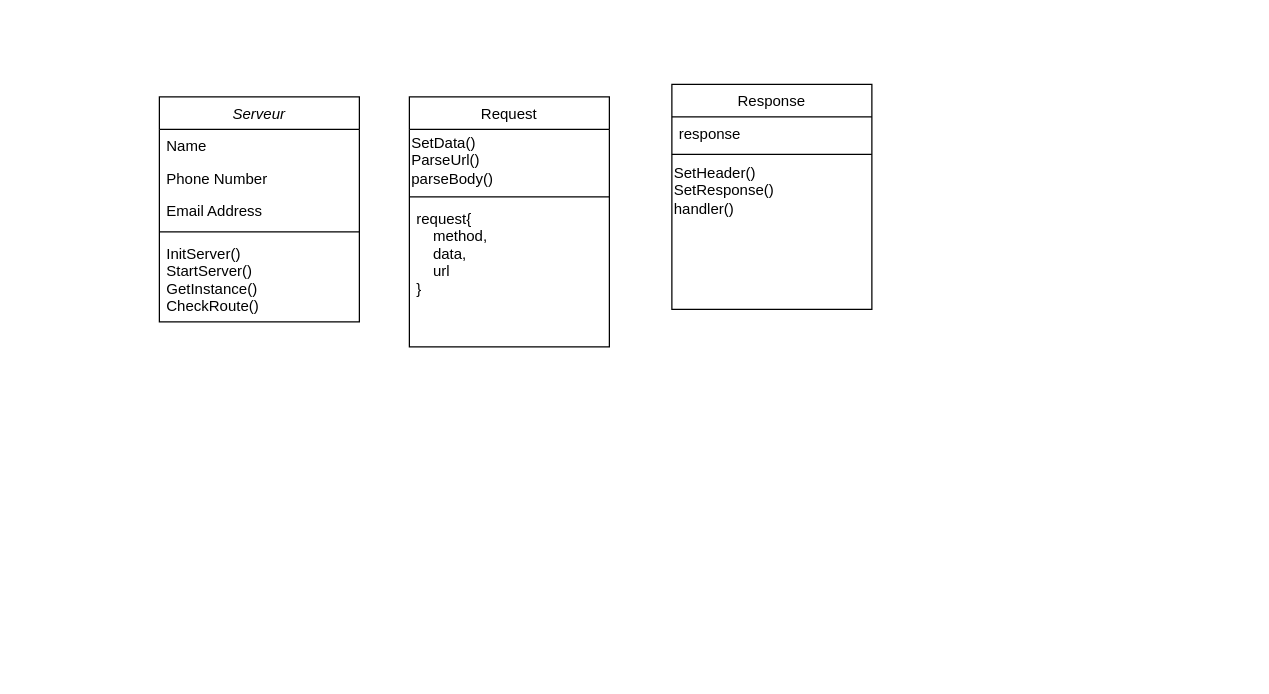
Earlier version of the draw.io diagram Untitled Diagram.drawio (Lucas-dev-974/cms-simplon). Source tidied: cells renumbered, new cells numbered last; positions are measured from the earlier drawing's top-left corner, leaving out a move shared by most shapes. Both pictures are drawn from the tidied source at 125%, with x=0, y=0 at pixel (159, 84).
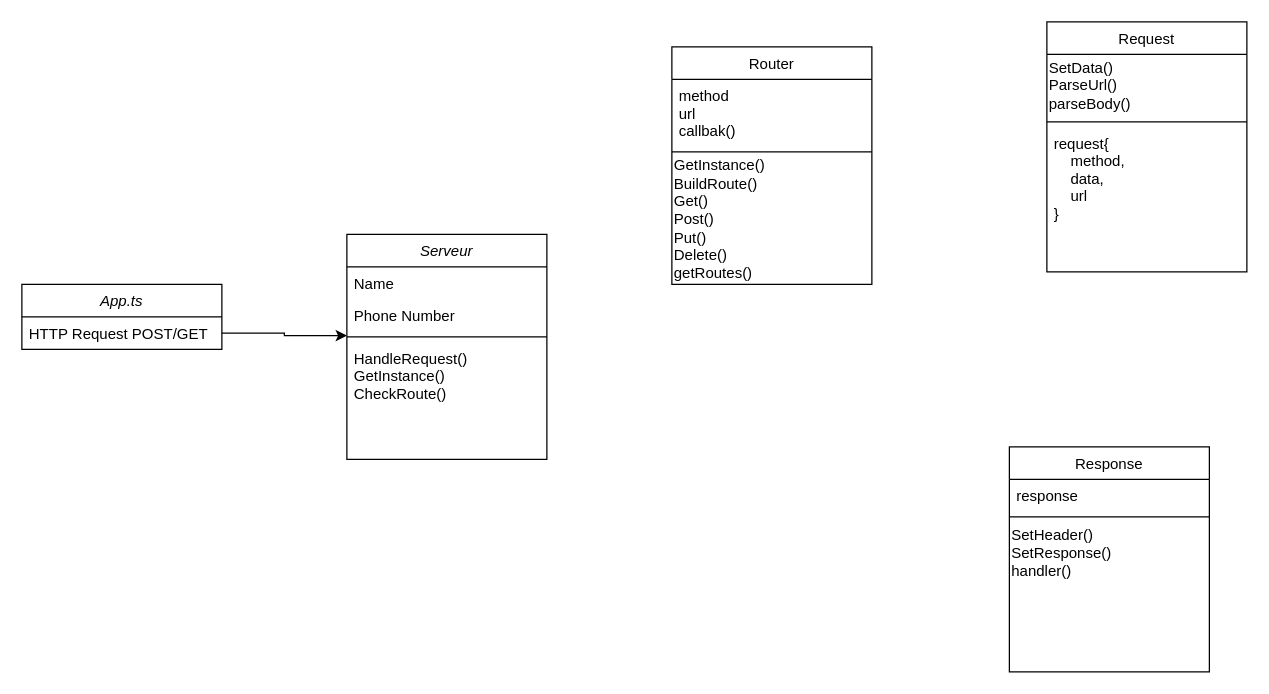
Above is the later version.

The change refers to these unchanged cells:
```xml
<mxCell id="4" value="Phone Number" style="text;align=left;verticalAlign=top;spacingLeft=4;spacingRight=4;overflow=hidden;points=[[0,0.5],[1,0.5]];portConstraint=eastwest;rounded=0;shadow=0;html=0;" parent="2" vertex="1">
  <mxGeometry y="52" width="160" height="26" as="geometry" />
</mxCell>
```

What changed in the source:
```diff
@@
     <mxCell id="2" value="Serveur" style="swimlane;fontStyle=2;align=center;verticalAlign=top;horizontal=1;startSize=26;rounded=0;shadow=0;strokeWidth=1;" parent="1" vertex="1">
-      <mxGeometry y="10" width="160" height="180" as="geometry" />
+      <mxGeometry x="150" y="120" width="160" height="180" as="geometry" />
     </mxCell>
@@
-    <mxCell id="5" value="Email Address" style="text;align=left;verticalAlign=top;spacingLeft=4;spacingRight=4;overflow=hidden;rounded=0;shadow=0;html=0;" parent="2" vertex="1">
-      <mxGeometry y="78" width="160" height="26" as="geometry" />
-    </mxCell>
     <mxCell id="6" style="line;html=1;strokeWidth=1;align=left;verticalAlign=middle;spacingTop=-1;spacingLeft=3;spacingRight=3;labelPosition=right;" parent="2" vertex="1">
-      <mxGeometry y="104" width="160" height="8" as="geometry" />
+      <mxGeometry y="78" width="160" height="8" as="geometry" />
     </mxCell>
-    <mxCell id="7" value="InitServer()&#10;StartServer()&#10;GetInstance()&#10;CheckRoute()&#10;" style="text;align=left;verticalAlign=top;spacingLeft=4;spacingRight=4;overflow=hidden;" parent="2" vertex="1">
-      <mxGeometry y="112" width="160" height="68" as="geometry" />
+    <mxCell id="7" value="HandleRequest()&#10;GetInstance()&#10;CheckRoute()&#10;" style="text;align=left;verticalAlign=top;spacingLeft=4;spacingRight=4;overflow=hidden;" parent="2" vertex="1">
+      <mxGeometry y="86" width="160" height="68" as="geometry" />
     </mxCell>
     <mxCell id="8" value="Request&#10;" style="swimlane;fontStyle=0;align=center;verticalAlign=top;horizontal=1;startSize=26;rounded=0;shadow=0;strokeWidth=1;" parent="1" vertex="1">
-      <mxGeometry x="200" y="10" width="160" height="200" as="geometry" />
+      <mxGeometry x="710" y="-50" width="160" height="200" as="geometry" />
     </mxCell>
@@
     <mxCell id="12" value="Response" style="swimlane;fontStyle=0;align=center;verticalAlign=top;horizontal=1;startSize=26;rounded=0;shadow=0;strokeWidth=1;" parent="1" vertex="1">
-      <mxGeometry x="410" width="160" height="180" as="geometry" />
+      <mxGeometry x="680" y="290" width="160" height="180" as="geometry" />
     </mxCell>
@@
+    <mxCell id="16" value="App.ts" style="swimlane;fontStyle=2;align=center;verticalAlign=top;horizontal=1;startSize=26;rounded=0;shadow=0;strokeWidth=1;" parent="1" vertex="1">
+      <mxGeometry x="-110" y="160" width="160" height="52" as="geometry" />
+    </mxCell>
+    <mxCell id="17" value="HTTP Request POST/GET&#10;" style="text;align=left;verticalAlign=top;spacingLeft=4;spacingRight=4;overflow=hidden;points=[[0,0.5],[1,0.5]];portConstraint=eastwest;" parent="16" vertex="1">
+      <mxGeometry y="26" width="160" height="26" as="geometry" />
+    </mxCell>
+    <mxCell id="18" style="edgeStyle=orthogonalEdgeStyle;rounded=0;jettySize=auto;html=1;entryX=0;entryY=1.115;entryDx=0;entryDy=0;entryPerimeter=0;" parent="1" edge="1" source="17" target="4">
+      <mxGeometry relative="1" as="geometry" />
+    </mxCell>
+    <mxCell id="19" value="Router" style="swimlane;fontStyle=0;align=center;verticalAlign=top;horizontal=1;startSize=26;rounded=0;shadow=0;strokeWidth=1;" parent="1" vertex="1">
+      <mxGeometry x="410" y="-30" width="160" height="190" as="geometry" />
+    </mxCell>
+    <mxCell id="20" value="method&#10;url&#10;callbak()" style="text;align=left;verticalAlign=top;spacingLeft=4;spacingRight=4;overflow=hidden;" parent="19" vertex="1">
+      <mxGeometry y="26" width="160" height="54" as="geometry" />
+    </mxCell>
+    <mxCell id="21" style="line;html=1;strokeWidth=1;align=left;verticalAlign=middle;spacingTop=-1;spacingLeft=3;spacingRight=3;labelPosition=right;" parent="19" vertex="1">
+      <mxGeometry y="80" width="160" height="8" as="geometry" />
+    </mxCell>
+    <mxCell id="22" value="GetInstance()&lt;br&gt;BuildRoute()&lt;br&gt;Get()&lt;br&gt;Post()&lt;br&gt;Put()&lt;br&gt;Delete()&lt;br&gt;getRoutes()&lt;br&gt;" style="text;html=1;align=left;verticalAlign=middle;strokeColor=none;fillColor=none;" parent="19" vertex="1">
+      <mxGeometry y="88" width="160" height="100" as="geometry" />
+    </mxCell>
```
